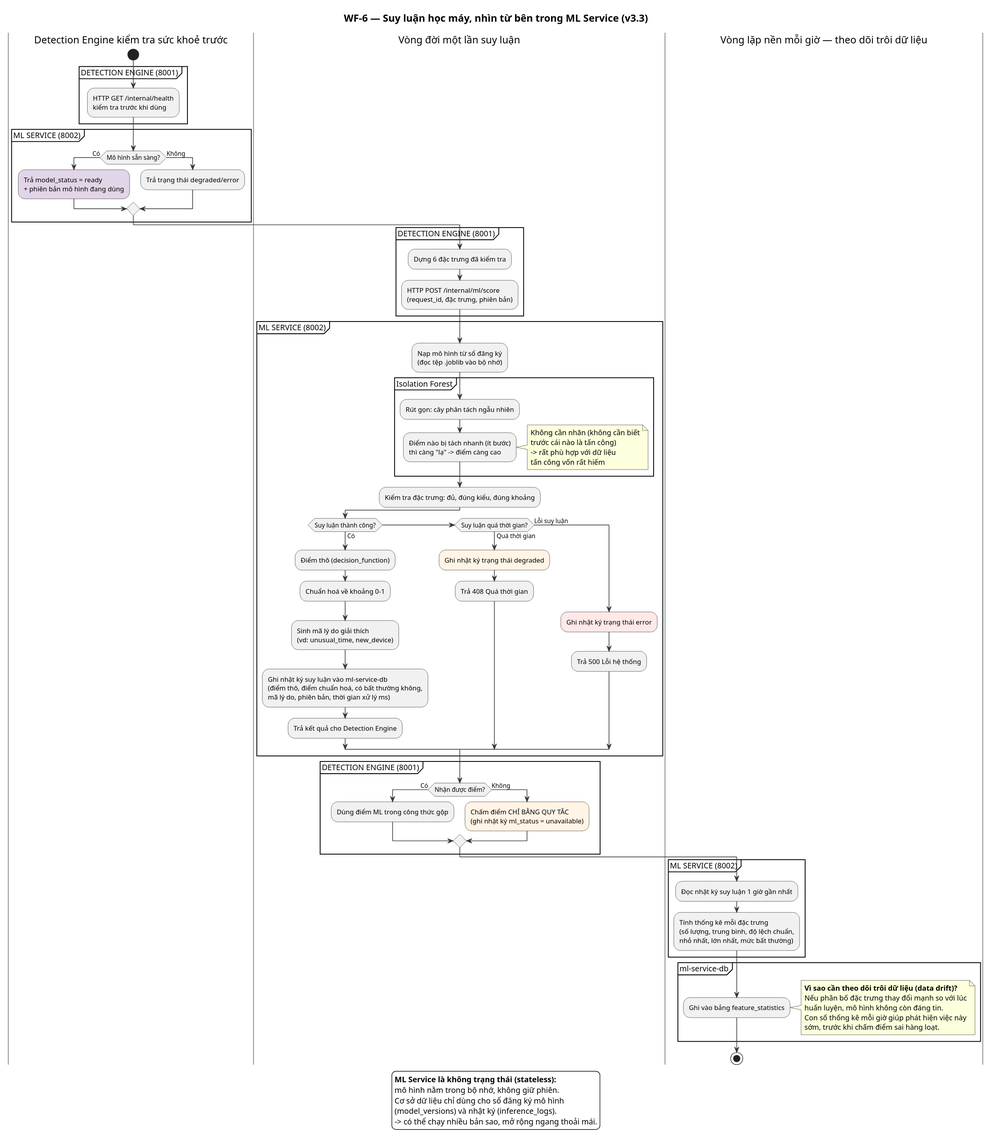
Earlier version of the PlantUML export docs/diagrams/v3.3-detect/11-wf6-suy-luan-ml.svg (Albert-Tuan/sentinel-auth).
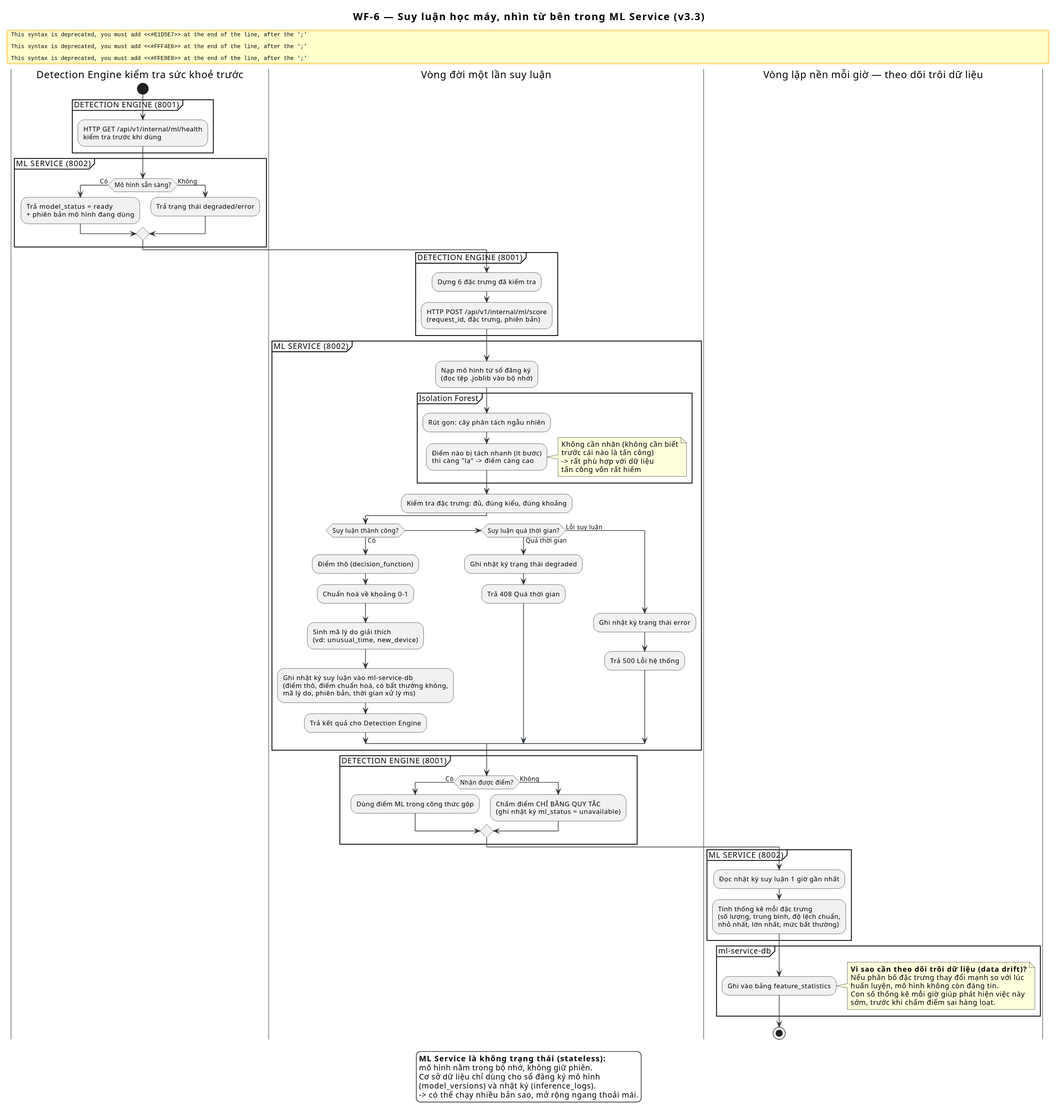
After the change.

What changed in the source:
```diff
@@ -15,7 +15,7 @@
 |Detection Engine kiểm tra sức khoẻ trước|
 start
 partition "DETECTION ENGINE (8001)" {
-  :HTTP GET /internal/health\nkiểm tra trước khi dùng;
+  :HTTP GET /api/v1/internal/ml/health\nkiểm tra trước khi dùng;
 }
 partition "ML SERVICE (8002)" {
   if (Mô hình sẵn sàng?) then (Có)
@@ -28,7 +28,7 @@
 |Vòng đời một lần suy luận|
 partition "DETECTION ENGINE (8001)" {
   :Dựng 6 đặc trưng đã kiểm tra;
-  :HTTP POST /internal/ml/score\n(request_id, đặc trưng, phiên bản);
+  :HTTP POST /api/v1/internal/ml/score\n(request_id, đặc trưng, phiên bản);
 }
 partition "ML SERVICE (8002)" {
   :Nạp mô hình từ sổ đăng ký\n(đọc tệp .joblib vào bộ nhớ);
```
